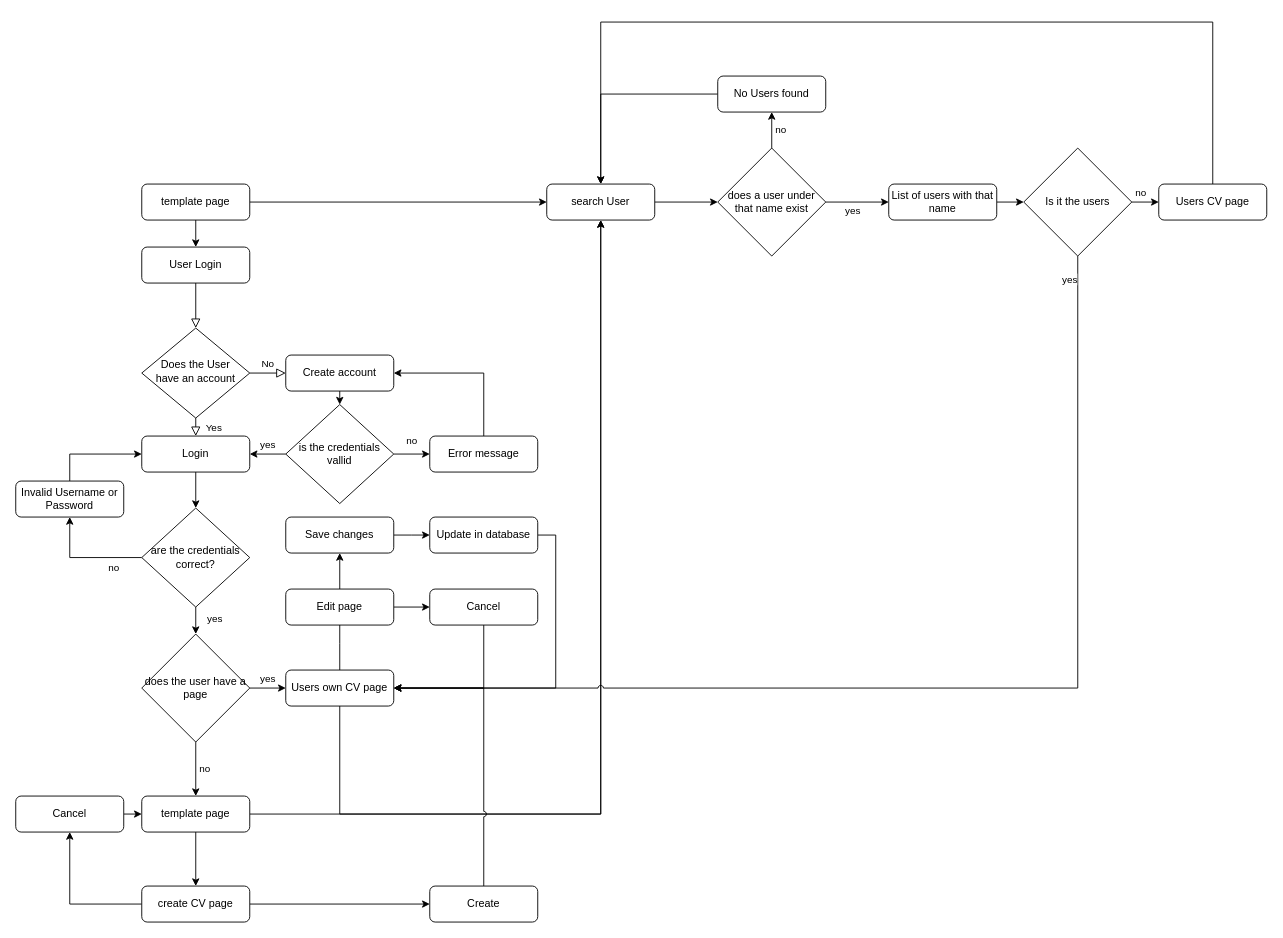
This is Flowchart-SPA (1).drawio from TGSXVIII/User-Interface-Design, a draw.io file, before an edit. Source tidied: cells renumbered, new cells numbered last; positions are measured from the earlier drawing's top-left corner, leaving out a move shared by most shapes. Both pictures are drawn from the tidied source at 90%, with x=0, y=0 at pixel (15, 22).
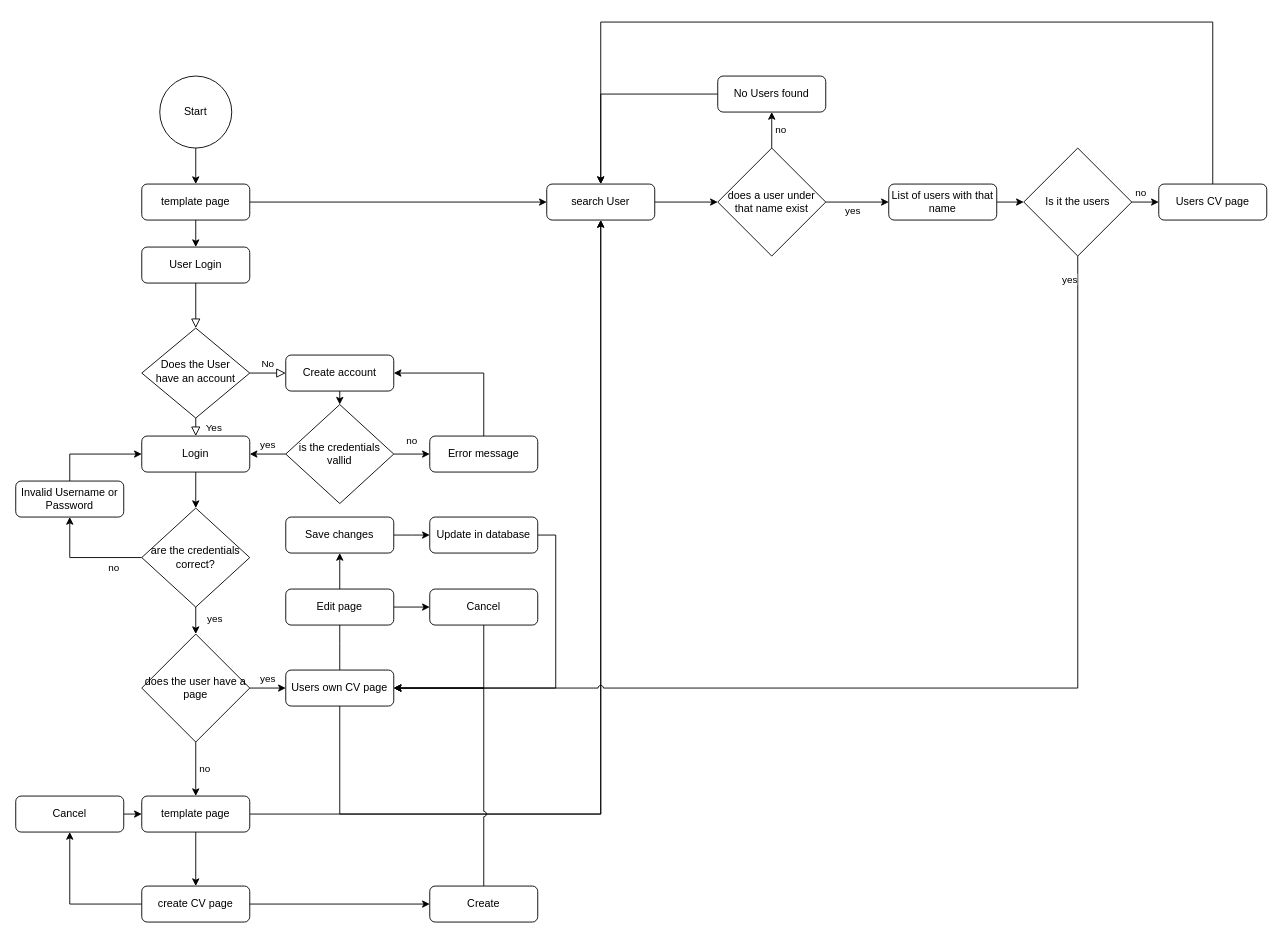
After the change.

The change refers to these unchanged cells:
```xml
<mxCell id="34" value="template page" style="rounded=1;whiteSpace=wrap;html=1;fontSize=12;glass=0;strokeWidth=1;shadow=0;" parent="1" vertex="1">
  <mxGeometry x="140" y="180" width="120" height="40" as="geometry" />
</mxCell>
```

Diff of the diagram source:
```diff
@@
+    <mxCell id="66" style="edgeStyle=orthogonalEdgeStyle;rounded=0;jettySize=auto;html=1;exitX=0.5;exitY=1;exitDx=0;exitDy=0;entryX=0.5;entryY=0;entryDx=0;entryDy=0;" parent="1" edge="1" source="67" target="34">
+      <mxGeometry relative="1" as="geometry" />
+    </mxCell>
+    <mxCell id="67" value="Start" style="ellipse;whiteSpace=wrap;html=1;" parent="1" vertex="1">
+      <mxGeometry x="160" y="60" width="80" height="80" as="geometry" />
+    </mxCell>
```
